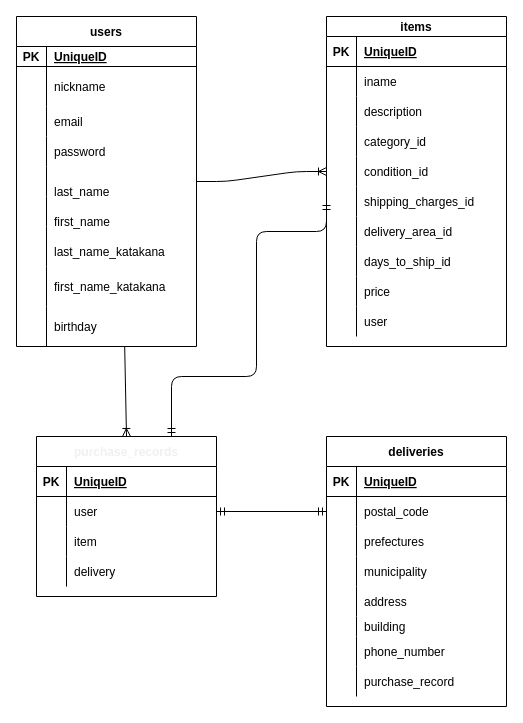
The draw.io diagram config/furima_er.dio in ShoutoSaitou/furima-35436, before the edit. Source tidied: cells renumbered, new cells numbered last; positions are measured from the earlier drawing's top-left corner, leaving out a move shared by most shapes. Both pictures are drawn from the tidied source at 100%, with x=0, y=0 at pixel (16, 16).
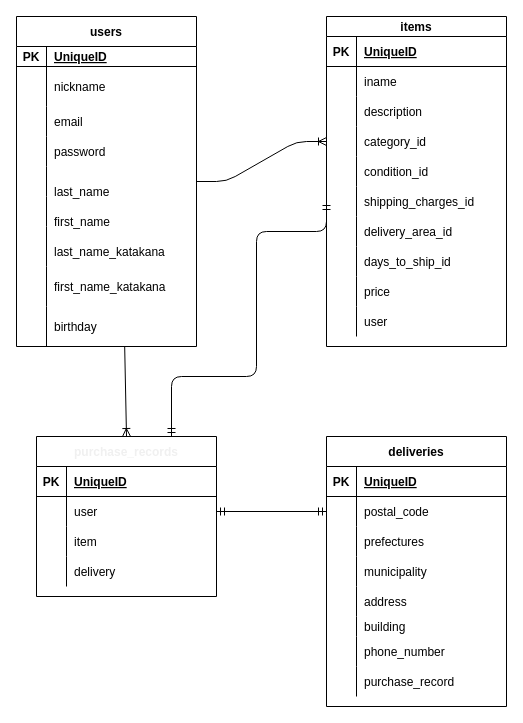
The same diagram, later.

Unchanged cells that the change refers to:
```xml
<mxCell id="15" style="shape=partialRectangle;fillColor=none;top=0;left=0;bottom=0;right=0;points=[[0,0.5],[1,0.5]];portConstraint=eastwest;" parent="2" vertex="1">
  <mxGeometry y="150" width="180" height="30" as="geometry" />
</mxCell>
<mxCell id="40" style="shape=partialRectangle;fillColor=none;top=0;left=0;bottom=0;right=0;points=[[0,0.5],[1,0.5]];portConstraint=eastwest;" parent="30" vertex="1">
  <mxGeometry y="110" width="180" height="30" as="geometry" />
</mxCell>
<mxCell id="43" style="shape=partialRectangle;fillColor=none;top=0;left=0;bottom=0;right=0;points=[[0,0.5],[1,0.5]];portConstraint=eastwest;" parent="30" vertex="1">
  <mxGeometry y="140" width="180" height="30" as="geometry" />
</mxCell>
```

Change to the diagram source:
```diff
@@
-    <mxCell id="102" style="edgeStyle=entityRelationEdgeStyle;fontSize=12;html=1;endArrow=ERoneToMany;entryX=0;entryY=0.5;entryDx=0;entryDy=0;exitX=1;exitY=0.5;exitDx=0;exitDy=0;" parent="1" edge="1" source="15" target="43">
+    <mxCell id="102" style="edgeStyle=entityRelationEdgeStyle;fontSize=12;html=1;endArrow=ERoneToMany;entryX=0;entryY=0.5;entryDx=0;entryDy=0;exitX=1;exitY=0.5;exitDx=0;exitDy=0;" parent="1" edge="1" source="15" target="40">
       <mxGeometry relative="1" as="geometry" />
     </mxCell>
```
